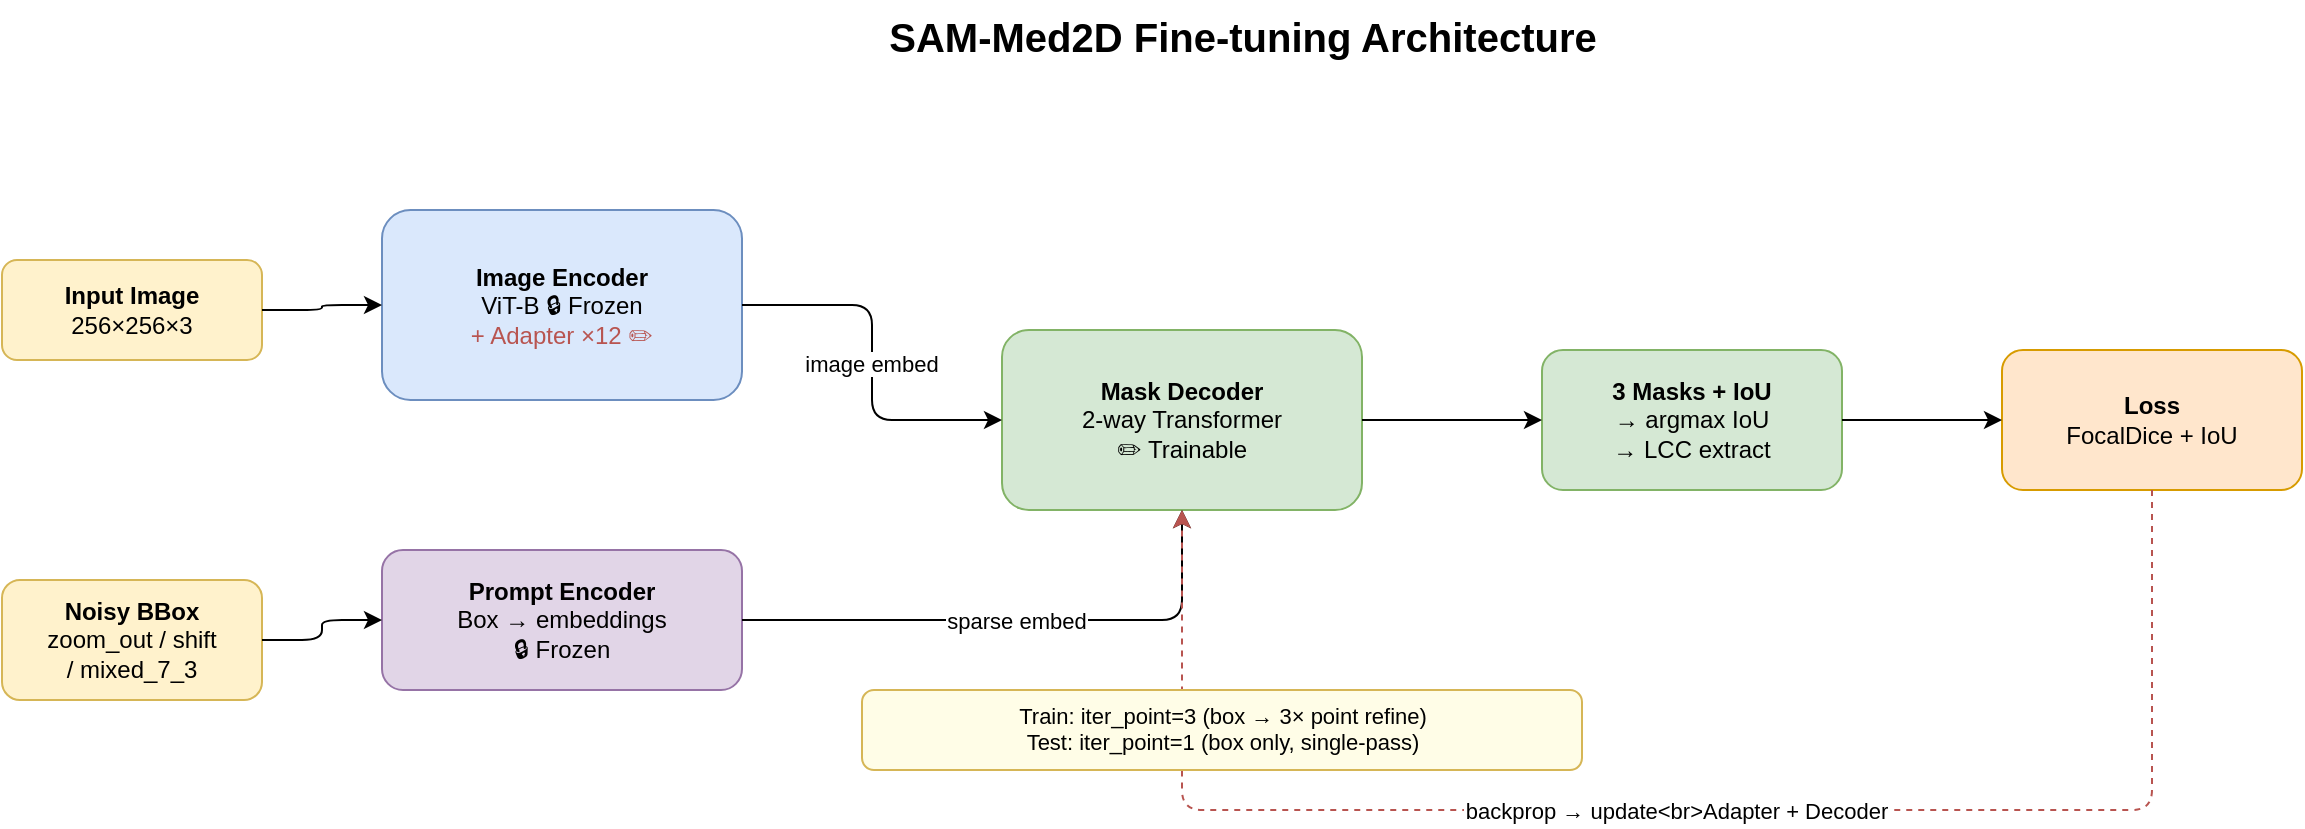
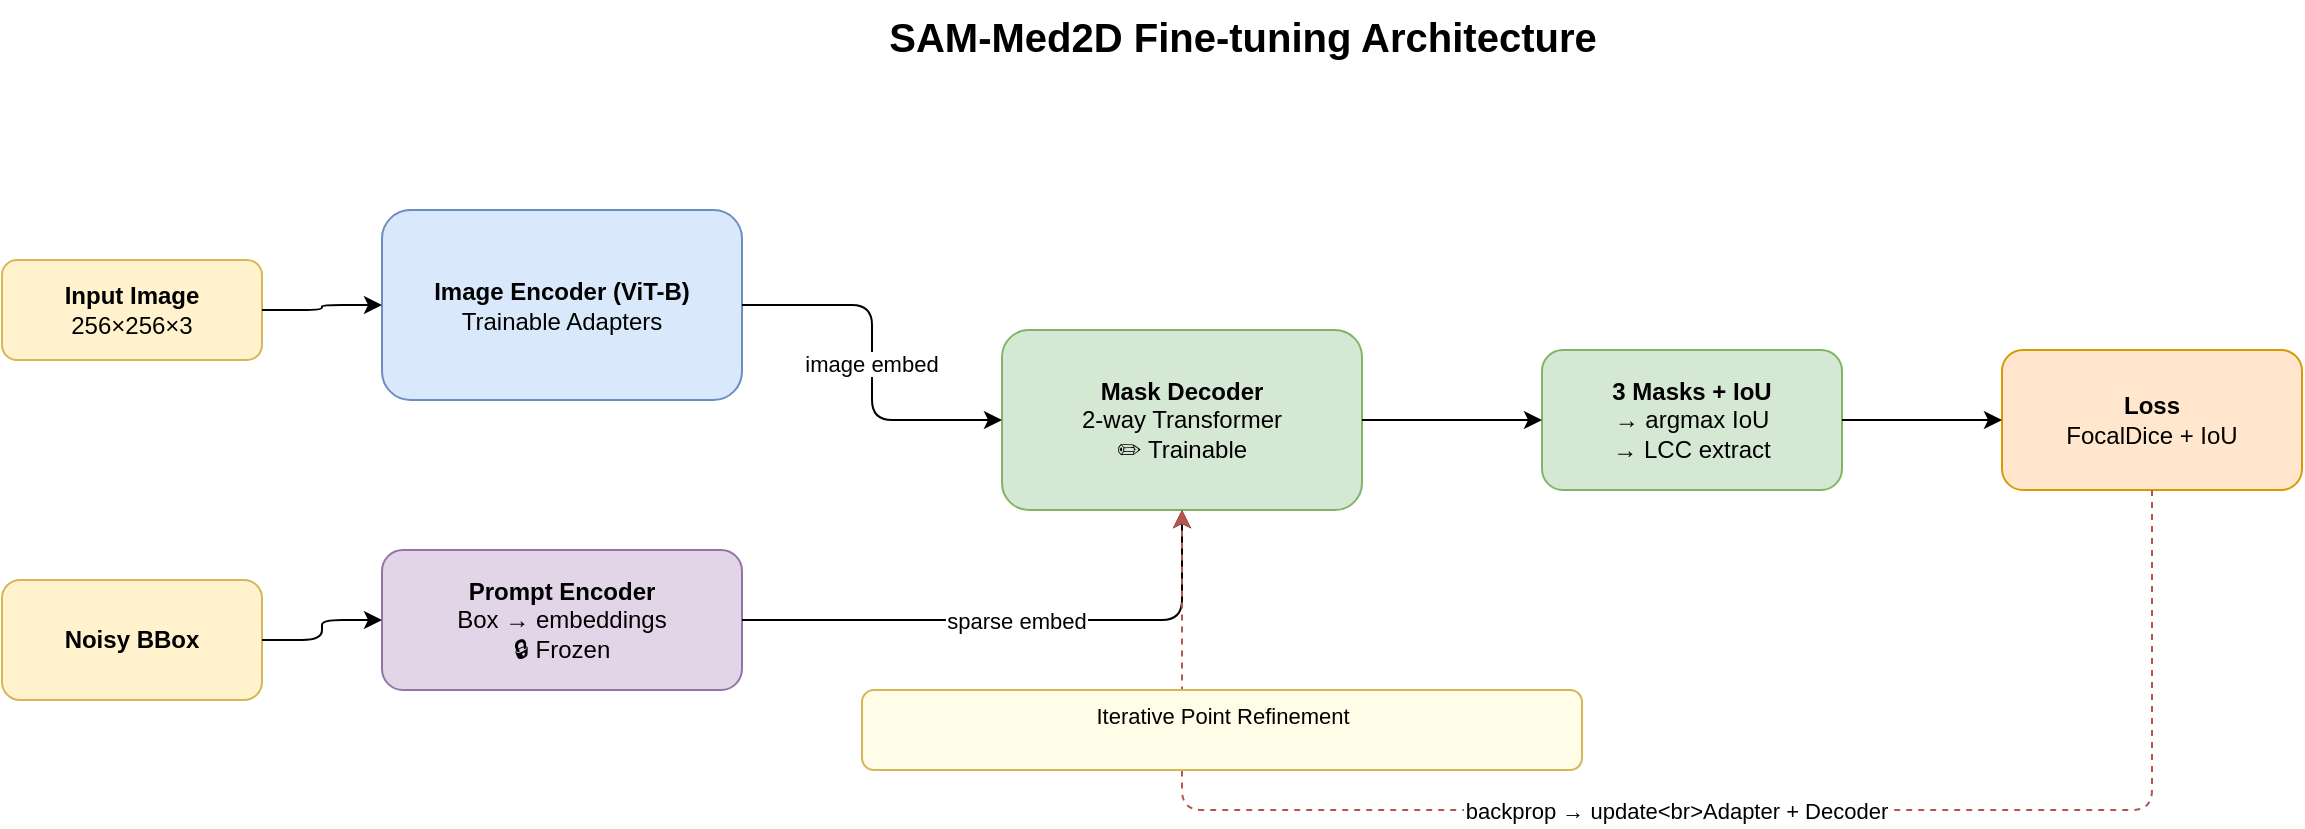
<mxfile host="65bd71144e">
    <diagram name="5. SAM-Med2D" id="sammed2d">
        <mxGraphModel dx="1100" dy="380" grid="1" gridSize="10" guides="1" tooltips="1" connect="1" arrows="1" fold="1" page="1" pageScale="1" pageWidth="1300" pageHeight="480" math="0" shadow="0">
            <root>
                <mxCell id="0"/>
                <mxCell id="1" parent="0"/>

                <!-- TITLE -->
                <mxCell id="title" value="SAM-Med2D Fine-tuning Architecture" style="text;html=1;strokeColor=none;fillColor=none;align=center;fontSize=20;fontStyle=1;" parent="1" vertex="1">
                    <mxGeometry x="250" y="15" width="800" height="35" as="geometry"/>
                </mxCell>

                <!-- INPUT IMAGE -->
                <mxCell id="img_in" value="&lt;b&gt;Input Image&lt;/b&gt;&lt;br&gt;256×256×3" style="rounded=1;whiteSpace=wrap;html=1;fillColor=#fff2cc;strokeColor=#d6b656;fontSize=12;" parent="1" vertex="1">
                    <mxGeometry x="30" y="145" width="130" height="50" as="geometry"/>
                </mxCell>

                <!-- NOISY BBOX -->
-                 <mxCell id="bbox_in" value="&lt;b&gt;Noisy BBox&lt;/b&gt;&lt;br&gt;zoom_out / shift&lt;br&gt;/ mixed_7_3" style="rounded=1;whiteSpace=wrap;html=1;fillColor=#fff2cc;strokeColor=#d6b656;fontSize=12;" parent="1" vertex="1">
+                 <mxCell id="bbox_in" value="&lt;b&gt;Noisy BBox&lt;/b&gt;" style="rounded=1;whiteSpace=wrap;html=1;fillColor=#fff2cc;strokeColor=#d6b656;fontSize=12;" parent="1" vertex="1">
                    <mxGeometry x="30" y="305" width="130" height="60" as="geometry"/>
                </mxCell>

                <!-- IMAGE ENCODER -->
-                 <mxCell id="img_enc" value="&lt;b&gt;Image Encoder&lt;/b&gt;&lt;br&gt;ViT-B  🔒 Frozen&lt;br&gt;&lt;font color=&quot;#b85450&quot;&gt;+ Adapter ×12  ✏️&lt;/font&gt;" style="rounded=1;whiteSpace=wrap;html=1;fillColor=#dae8fc;strokeColor=#6c8ebf;fontSize=12;" parent="1" vertex="1">
+                 <mxCell id="img_enc" value="&lt;b&gt;Image Encoder (ViT-B)&lt;/b&gt;&lt;br&gt;Trainable Adapters" style="rounded=1;whiteSpace=wrap;html=1;fillColor=#dae8fc;strokeColor=#6c8ebf;fontSize=12;" parent="1" vertex="1">
                    <mxGeometry x="220" y="120" width="180" height="95" as="geometry"/>
                </mxCell>

                <!-- PROMPT ENCODER -->
                <mxCell id="prompt_enc" value="&lt;b&gt;Prompt Encoder&lt;/b&gt;&lt;br&gt;Box → embeddings&lt;br&gt;🔒 Frozen" style="rounded=1;whiteSpace=wrap;html=1;fillColor=#e1d5e7;strokeColor=#9673a6;fontSize=12;" parent="1" vertex="1">
                    <mxGeometry x="220" y="290" width="180" height="70" as="geometry"/>
                </mxCell>

                <!-- MASK DECODER -->
                <mxCell id="mask_dec" value="&lt;b&gt;Mask Decoder&lt;/b&gt;&lt;br&gt;2-way Transformer&lt;br&gt;✏️ Trainable" style="rounded=1;whiteSpace=wrap;html=1;fillColor=#d5e8d4;strokeColor=#82b366;fontSize=12;" parent="1" vertex="1">
                    <mxGeometry x="530" y="180" width="180" height="90" as="geometry"/>
                </mxCell>

                <!-- OUTPUT -->
                <mxCell id="output" value="&lt;b&gt;3 Masks + IoU&lt;/b&gt;&lt;br&gt;→ argmax IoU&lt;br&gt;→ LCC extract" style="rounded=1;whiteSpace=wrap;html=1;fillColor=#d5e8d4;strokeColor=#82b366;fontSize=12;" parent="1" vertex="1">
                    <mxGeometry x="800" y="190" width="150" height="70" as="geometry"/>
                </mxCell>

                <!-- LOSS -->
                <mxCell id="loss" value="&lt;b&gt;Loss&lt;/b&gt;&lt;br&gt;FocalDice + IoU" style="rounded=1;whiteSpace=wrap;html=1;fillColor=#ffe6cc;strokeColor=#d79b00;fontSize=12;" parent="1" vertex="1">
                    <mxGeometry x="1030" y="190" width="150" height="70" as="geometry"/>
                </mxCell>

                <!-- EDGES -->
                <mxCell id="e1" value="" style="edgeStyle=orthogonalEdgeStyle;" parent="1" source="img_in" target="img_enc" edge="1">
                    <mxGeometry relative="1" as="geometry"/>
                </mxCell>
                <mxCell id="e2" value="" style="edgeStyle=orthogonalEdgeStyle;" parent="1" source="bbox_in" target="prompt_enc" edge="1">
                    <mxGeometry relative="1" as="geometry"/>
                </mxCell>
                <mxCell id="e3" value="image embed" style="edgeStyle=orthogonalEdgeStyle;fontSize=11;" parent="1" source="img_enc" target="mask_dec" edge="1">
                    <mxGeometry relative="1" as="geometry"/>
                </mxCell>
                <mxCell id="e4" value="sparse embed" style="edgeStyle=orthogonalEdgeStyle;fontSize=11;" parent="1" source="prompt_enc" target="mask_dec" edge="1">
                    <mxGeometry relative="1" as="geometry"/>
                </mxCell>
                <mxCell id="e5" value="" style="edgeStyle=orthogonalEdgeStyle;" parent="1" source="mask_dec" target="output" edge="1">
                    <mxGeometry relative="1" as="geometry"/>
                </mxCell>
                <mxCell id="e6" value="" style="edgeStyle=orthogonalEdgeStyle;" parent="1" source="output" target="loss" edge="1">
                    <mxGeometry relative="1" as="geometry"/>
                </mxCell>

                <!-- BACKPROP arrow -->
                <mxCell id="e7" value="backprop → update&lt;br&gt;Adapter + Decoder" style="edgeStyle=orthogonalEdgeStyle;dashed=1;strokeColor=#b85450;fontSize=11;exitX=0.5;exitY=1;exitDx=0;exitDy=0;entryX=0.5;entryY=1;entryDx=0;entryDy=0;" parent="1" source="loss" target="mask_dec" edge="1">
                    <mxGeometry relative="1" as="geometry">
                        <Array as="points">
                            <mxPoint x="1105" y="420"/>
                            <mxPoint x="620" y="420"/>
                        </Array>
                    </mxGeometry>
                </mxCell>

                <!-- ITER POINT note (small) -->
-                 <mxCell id="iter_note" value="Train: iter_point=3 (box → 3× point refine)&lt;br&gt;Test: iter_point=1 (box only, single-pass)" style="text;html=1;strokeColor=#d6b656;fillColor=#fffde7;align=center;fontSize=11;rounded=1;" parent="1" vertex="1">
+                 <mxCell id="iter_note" value="Iterative Point Refinement" style="text;html=1;strokeColor=#d6b656;fillColor=#fffde7;align=center;fontSize=11;rounded=1;" parent="1" vertex="1">
                    <mxGeometry x="460" y="360" width="360" height="40" as="geometry"/>
                </mxCell>

            </root>
        </mxGraphModel>
    </diagram>
</mxfile>
